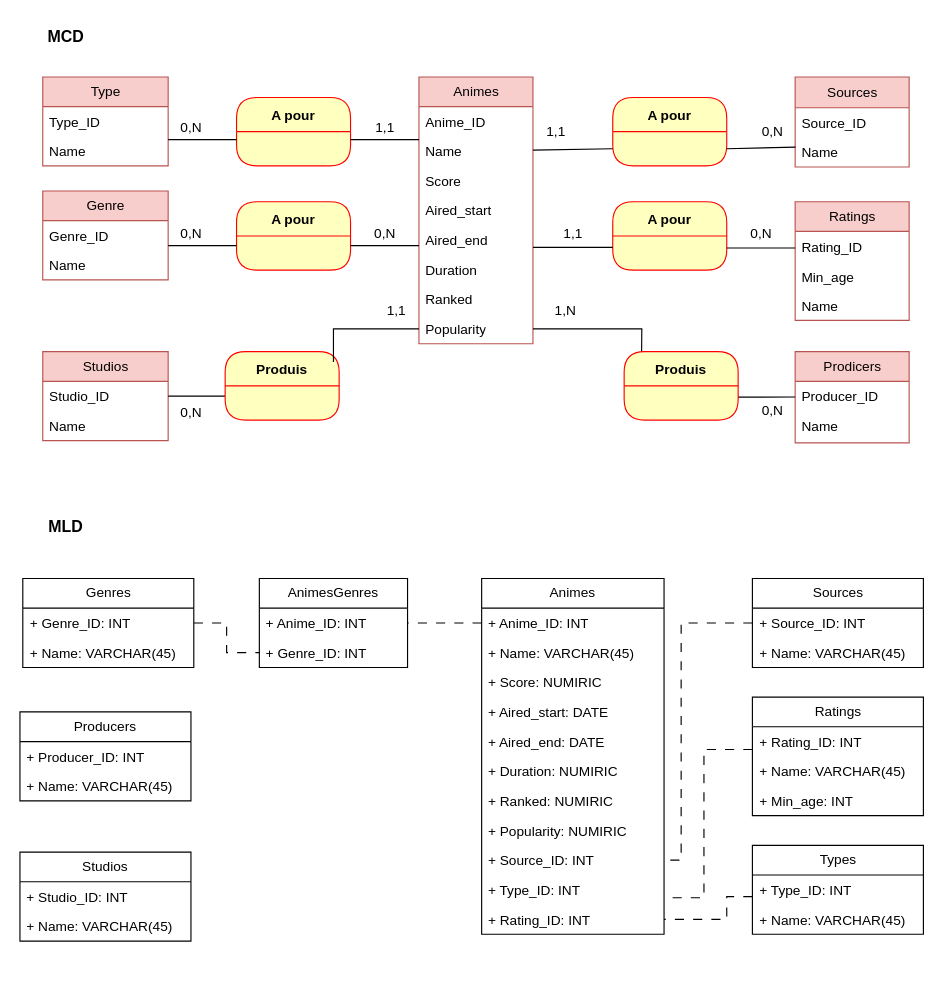
kkherrazi/postgresql_psycopg2 keeps this draw.io diagram as animes_bd/animes.drawio. Above is the earlier version. Source tidied: cells renumbered, new cells numbered last; positions are measured from the earlier drawing's top-left corner, leaving out a move shared by most shapes. Both pictures are drawn from the tidied source at 114%, with x=0, y=0 at pixel (19, 19).
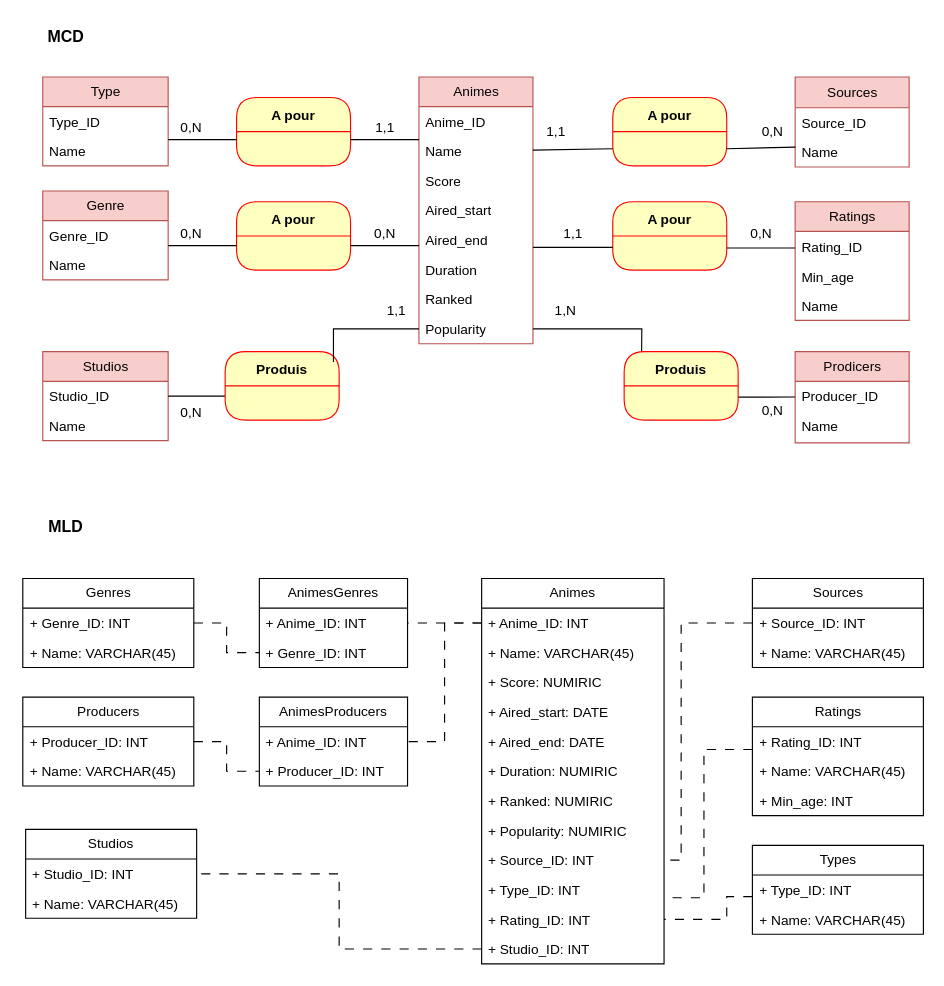
After the change.

Commit message:
Mettre à jour le MLD dans animes.drawio

Unchanged cells that the change refers to:
```xml
<mxCell id="62" value="+ Anime_ID: INT" style="text;strokeColor=none;fillColor=none;align=left;verticalAlign=top;spacingLeft=4;spacingRight=4;overflow=hidden;points=[[0,0.5],[1,0.5]];portConstraint=eastwest;whiteSpace=wrap;html=1;" parent="61" vertex="1">
  <mxGeometry y="26" width="160" height="26" as="geometry" />
</mxCell>
<mxCell id="78" value="+ Producer_ID: INT" style="text;strokeColor=none;fillColor=none;align=left;verticalAlign=top;spacingLeft=4;spacingRight=4;overflow=hidden;points=[[0,0.5],[1,0.5]];portConstraint=eastwest;whiteSpace=wrap;html=1;" parent="77" vertex="1">
  <mxGeometry y="26" width="150" height="26" as="geometry" />
</mxCell>
<mxCell id="90" value="+ Studio_ID: INT" style="text;strokeColor=none;fillColor=none;align=left;verticalAlign=top;spacingLeft=4;spacingRight=4;overflow=hidden;points=[[0,0.5],[1,0.5]];portConstraint=eastwest;whiteSpace=wrap;html=1;" parent="89" vertex="1">
  <mxGeometry y="26" width="150" height="26" as="geometry" />
</mxCell>
```

What changed in the source:
```diff
@@
     <mxCell id="61" value="Animes" style="swimlane;fontStyle=0;horizontal=1;startSize=26;fillColor=none;whiteSpace=wrap;html=1;" parent="1" vertex="1">
-      <mxGeometry x="405" y="490" width="160" height="312" as="geometry" />
+      <mxGeometry x="405" y="490" width="160" height="338" as="geometry" />
     </mxCell>
@@
+    <mxCell id="101" value="+ Studio_ID: INT" style="text;strokeColor=none;fillColor=none;align=left;verticalAlign=top;spacingLeft=4;spacingRight=4;overflow=hidden;points=[[0,0.5],[1,0.5]];portConstraint=eastwest;whiteSpace=wrap;html=1;" parent="61" vertex="1">
+      <mxGeometry y="312" width="160" height="26" as="geometry" />
+    </mxCell>
@@
     <mxCell id="77" value="Producers" style="swimlane;fontStyle=0;horizontal=1;startSize=26;fillColor=none;whiteSpace=wrap;html=1;" parent="1" vertex="1">
-      <mxGeometry y="607" width="150" height="78" as="geometry" />
+      <mxGeometry x="2.5" y="594" width="150" height="78" as="geometry" />
     </mxCell>
@@
     <mxCell id="89" value="Studios" style="swimlane;fontStyle=0;horizontal=1;startSize=26;fillColor=none;whiteSpace=wrap;html=1;" parent="1" vertex="1">
-      <mxGeometry y="730" width="150" height="78" as="geometry" />
+      <mxGeometry x="5" y="710" width="150" height="78" as="geometry" />
     </mxCell>
@@
+    <mxCell id="102" value="AnimesProducers" style="swimlane;fontStyle=0;horizontal=1;startSize=26;fillColor=none;whiteSpace=wrap;html=1;" parent="1" vertex="1">
+      <mxGeometry x="210" y="594" width="130" height="78" as="geometry" />
+    </mxCell>
+    <mxCell id="103" value="+ Anime_ID: INT" style="text;strokeColor=none;fillColor=none;align=left;verticalAlign=top;spacingLeft=4;spacingRight=4;overflow=hidden;points=[[0,0.5],[1,0.5]];portConstraint=eastwest;whiteSpace=wrap;html=1;" parent="102" vertex="1">
+      <mxGeometry y="26" width="130" height="26" as="geometry" />
+    </mxCell>
+    <mxCell id="104" value="+ Producer_ID: INT" style="text;strokeColor=none;fillColor=none;align=left;verticalAlign=top;spacingLeft=4;spacingRight=4;overflow=hidden;points=[[0,0.5],[1,0.5]];portConstraint=eastwest;whiteSpace=wrap;html=1;" parent="102" vertex="1">
+      <mxGeometry y="52" width="130" height="26" as="geometry" />
+    </mxCell>
+    <mxCell id="105" style="edgeStyle=orthogonalEdgeStyle;rounded=0;jettySize=auto;html=1;entryX=1;entryY=0.5;entryDx=0;entryDy=0;endArrow=none;startFill=0;dashed=1;dashPattern=8 8;" parent="1" edge="1" source="62" target="103">
+      <mxGeometry relative="1" as="geometry" />
+    </mxCell>
+    <mxCell id="106" style="edgeStyle=orthogonalEdgeStyle;rounded=0;jettySize=auto;html=1;entryX=0;entryY=0.5;entryDx=0;entryDy=0;endArrow=none;startFill=0;dashed=1;dashPattern=8 8;" parent="1" edge="1" source="78" target="104">
+      <mxGeometry relative="1" as="geometry" />
+    </mxCell>
+    <mxCell id="107" style="edgeStyle=orthogonalEdgeStyle;rounded=0;jettySize=auto;html=1;entryX=1;entryY=0.5;entryDx=0;entryDy=0;endArrow=none;startFill=0;dashed=1;dashPattern=8 8;" parent="1" edge="1" source="101" target="90">
+      <mxGeometry relative="1" as="geometry" />
+    </mxCell>
```
